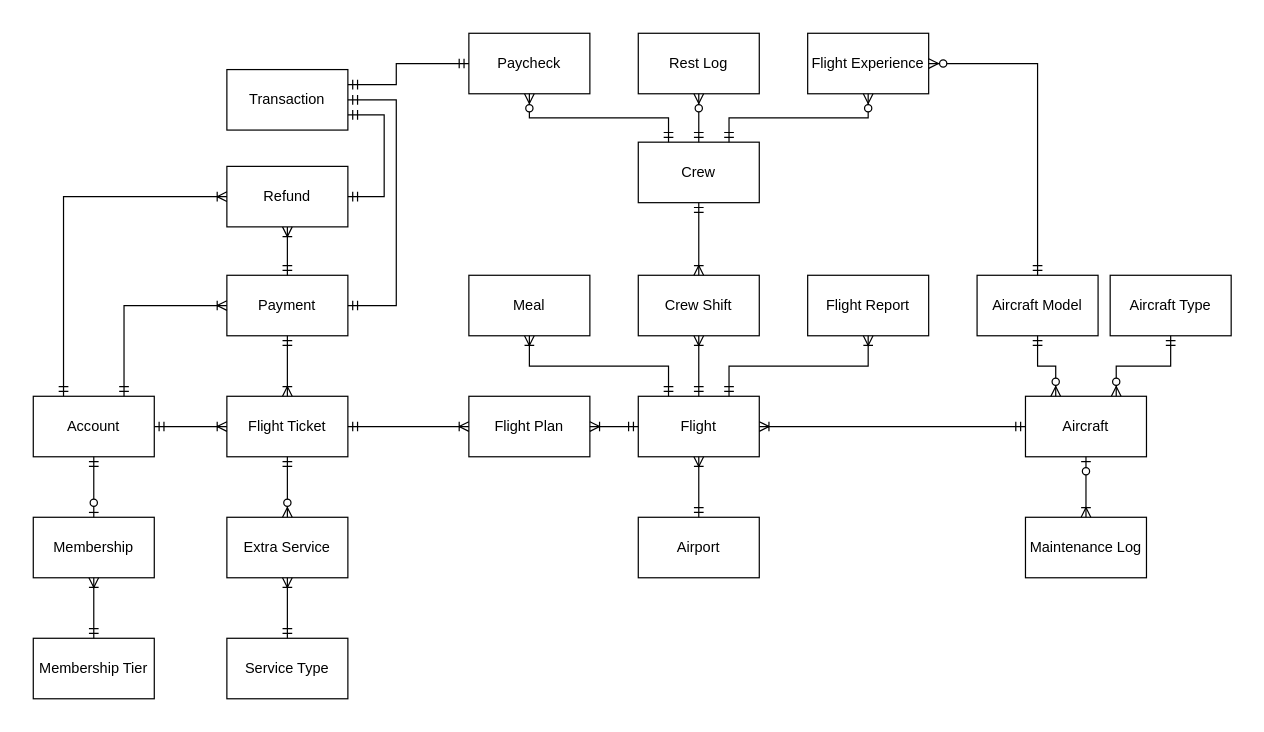
The draw.io diagram erd.drawio in Poleric/database-design-assignment, before the edit. Source tidied: cells renumbered, new cells numbered last; positions are measured from the earlier drawing's top-left corner, leaving out a move shared by most shapes. Both pictures are drawn from the tidied source at 121%, with x=0, y=0 at pixel (33, 33).
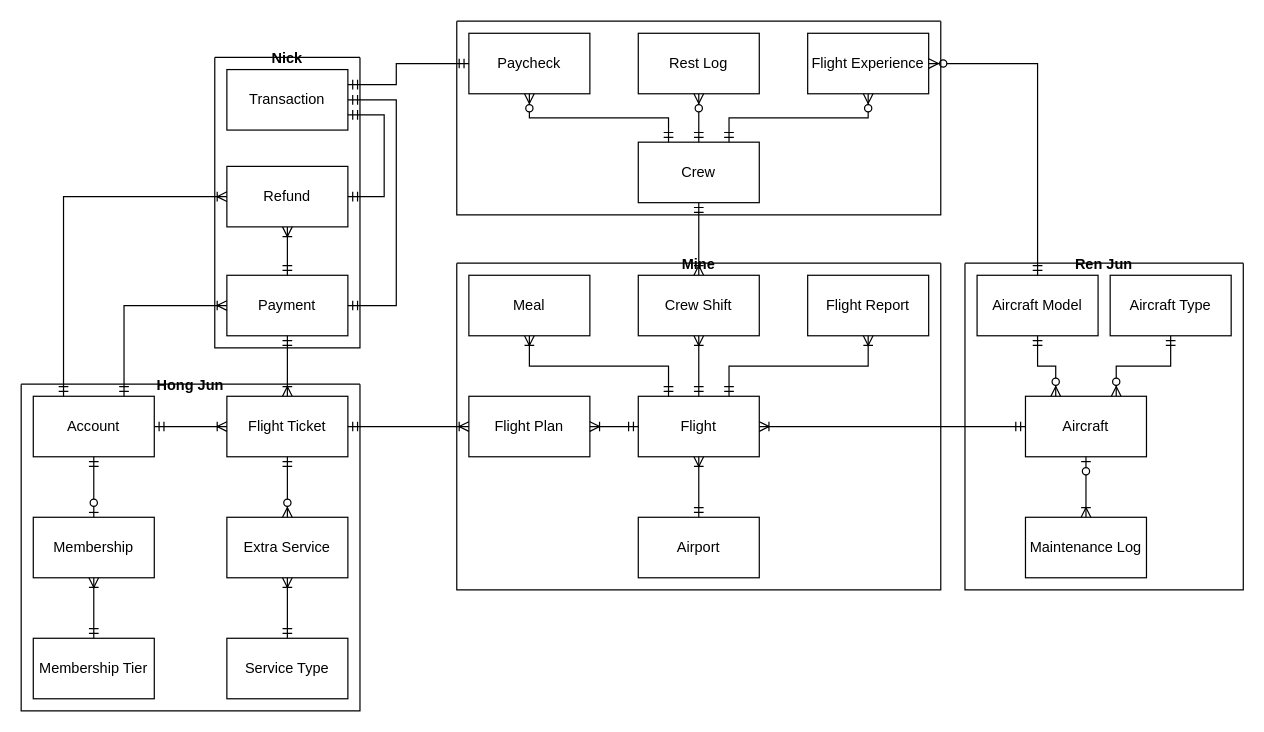
The same page after the edit.

Commit message:
assign role

Diff of the diagram source:
```diff
@@
+    <mxCell id="52" value="Ren Jun" style="swimlane;startSize=0;" parent="1" vertex="1">
+      <mxGeometry x="770" y="190" width="230" height="270" as="geometry" />
+    </mxCell>
+    <mxCell id="53" value="Mine" style="swimlane;startSize=0;" parent="1" vertex="1">
+      <mxGeometry x="350" y="190" width="400" height="270" as="geometry" />
+    </mxCell>
+    <mxCell id="54" value="Hong Jun" style="swimlane;startSize=0;" parent="1" vertex="1">
+      <mxGeometry x="-10" y="290" width="280" height="270" as="geometry" />
+    </mxCell>
+    <mxCell id="55" value="Nick" style="swimlane;startSize=0;" parent="1" vertex="1">
+      <mxGeometry x="150" y="20" width="120" height="240" as="geometry" />
+    </mxCell>
+    <mxCell id="56" style="swimlane;startSize=0;" parent="1" vertex="1">
+      <mxGeometry x="350" y="-10" width="400" height="160" as="geometry" />
+    </mxCell>
```
